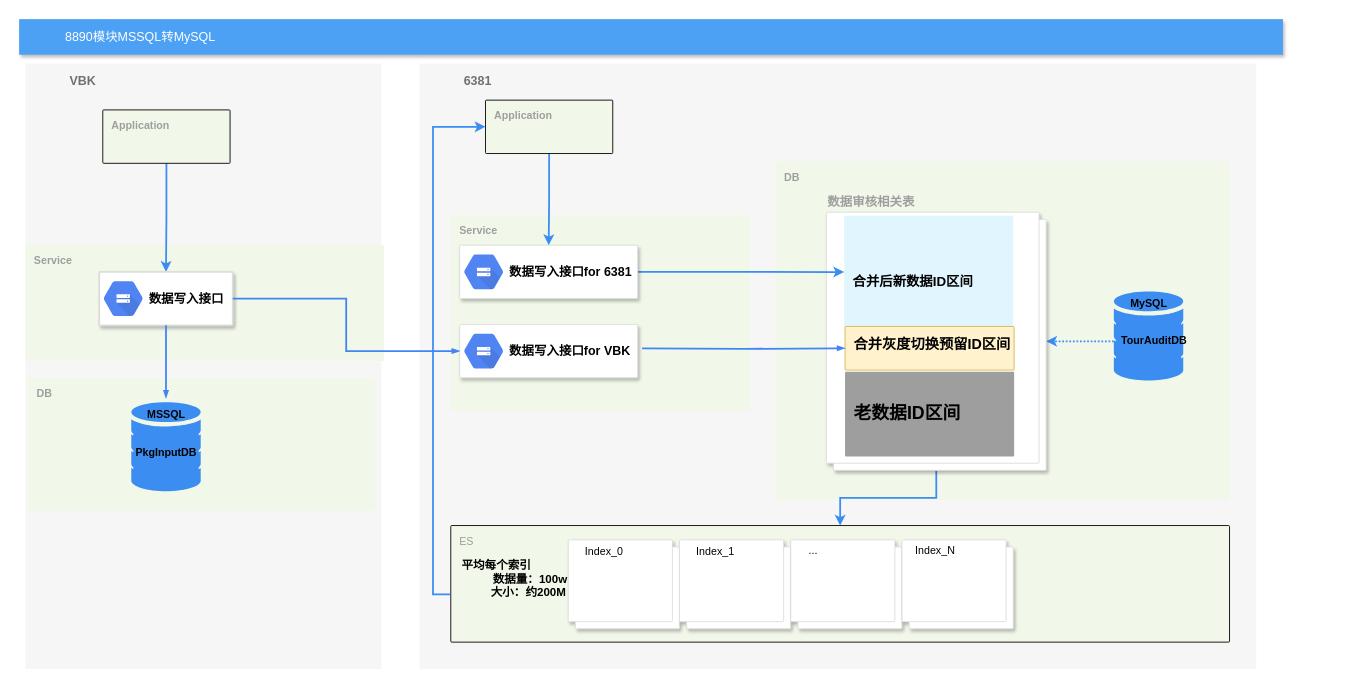
The draw.io diagram 8890转MySQL.drawio in DevinDong/AI, before the edit. Source tidied: cells renumbered, new cells numbered last; positions are measured from the earlier drawing's top-left corner, leaving out a move shared by most shapes. Both pictures are drawn from the tidied source at 89%, with x=0, y=0 at pixel (19, 19).
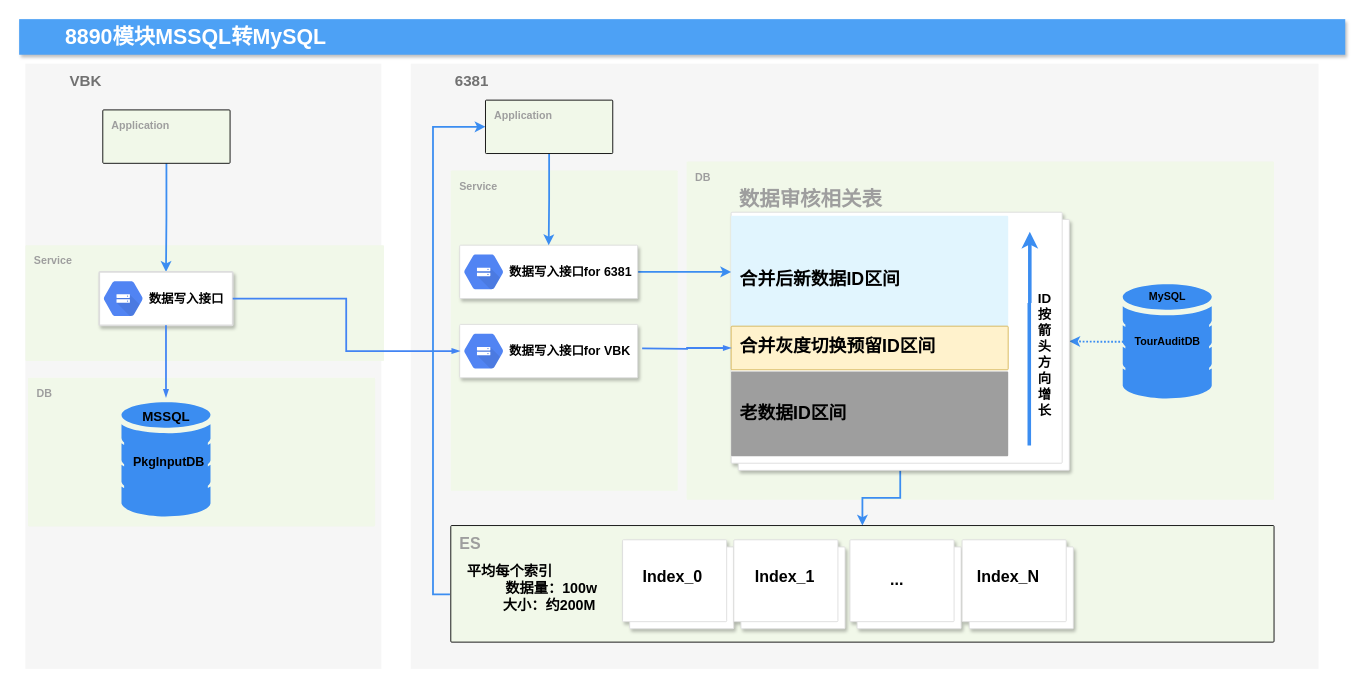
The same page after the edit.

Change to the diagram source:
```diff
@@
-    <mxCell id="2" value="&lt;b&gt;VBK&amp;nbsp;&lt;/b&gt;" style="fillColor=#F6F6F6;strokeColor=none;shadow=0;gradientColor=none;fontSize=14;align=left;spacing=10;fontColor=#717171;9E9E9E;verticalAlign=top;spacingTop=-4;fontStyle=0;spacingLeft=40;html=1;" parent="1" vertex="1">
+    <mxCell id="2" value="&lt;b&gt;&lt;font style=&quot;font-size: 17px&quot;&gt;VBK&amp;nbsp;&lt;/font&gt;&lt;/b&gt;" style="fillColor=#F6F6F6;strokeColor=none;shadow=0;gradientColor=none;fontSize=14;align=left;spacing=10;fontColor=#717171;9E9E9E;verticalAlign=top;spacingTop=-4;fontStyle=0;spacingLeft=40;html=1;" parent="1" vertex="1">
       <mxGeometry x="7" y="50" width="400" height="680" as="geometry" />
     </mxCell>
@@
     <mxCell id="4" value="&lt;b&gt;DB&lt;/b&gt;" style="rounded=1;absoluteArcSize=1;arcSize=2;html=1;strokeColor=none;gradientColor=none;shadow=0;dashed=0;fontSize=12;fontColor=#9E9E9E;align=left;verticalAlign=top;spacing=10;spacingTop=-4;fillColor=#F1F8E9;" parent="1" vertex="1">
-      <mxGeometry x="10" y="403" width="390" height="149" as="geometry" />
+      <mxGeometry x="10" y="403" width="390" height="167" as="geometry" />
     </mxCell>
-    <mxCell id="5" value="&lt;b&gt;6381&amp;nbsp;&lt;/b&gt;" style="fillColor=#F6F6F6;strokeColor=none;shadow=0;gradientColor=none;fontSize=14;align=left;spacing=10;fontColor=#717171;9E9E9E;verticalAlign=top;spacingTop=-4;fontStyle=0;spacingLeft=40;html=1;" parent="1" vertex="1">
-      <mxGeometry x="450" y="50" width="940" height="680" as="geometry" />
+    <mxCell id="5" value="&lt;b&gt;&lt;font style=&quot;font-size: 17px&quot;&gt;6381&amp;nbsp;&lt;/font&gt;&lt;/b&gt;" style="fillColor=#F6F6F6;strokeColor=none;shadow=0;gradientColor=none;fontSize=14;align=left;spacing=10;fontColor=#717171;9E9E9E;verticalAlign=top;spacingTop=-4;fontStyle=0;spacingLeft=40;html=1;" parent="1" vertex="1">
+      <mxGeometry x="440" y="50" width="1020" height="680" as="geometry" />
     </mxCell>
     <mxCell id="6" value="&lt;b&gt;Service&lt;/b&gt;" style="rounded=1;absoluteArcSize=1;arcSize=2;html=1;strokeColor=none;gradientColor=none;shadow=0;dashed=0;fontSize=12;fontColor=#9E9E9E;align=left;verticalAlign=top;spacing=10;spacingTop=-4;fillColor=#F1F8E9;" parent="1" vertex="1">
-      <mxGeometry x="485" y="220" width="336" height="220" as="geometry" />
+      <mxGeometry x="485" y="170" width="255" height="360" as="geometry" />
     </mxCell>
@@
     <mxCell id="9" value="&lt;b&gt;DB&lt;/b&gt;" style="rounded=1;absoluteArcSize=1;arcSize=2;html=1;strokeColor=none;gradientColor=none;shadow=0;dashed=0;fontSize=12;fontColor=#9E9E9E;align=left;verticalAlign=top;spacing=10;spacingTop=-4;fillColor=#F1F8E9;" parent="1" vertex="1">
-      <mxGeometry x="850" y="160" width="510" height="380" as="geometry" />
+      <mxGeometry x="750" y="160" width="660" height="380" as="geometry" />
     </mxCell>
-    <mxCell id="10" value="8890模块MSSQL转MySQL" style="fillColor=#4DA1F5;strokeColor=none;shadow=1;gradientColor=none;fontSize=14;align=left;spacingLeft=50;fontColor=#ffffff;html=1;" parent="1" vertex="1">
-      <mxGeometry width="1420" height="40" as="geometry" />
+    <mxCell id="10" value="&lt;b&gt;&lt;font style=&quot;font-size: 24px&quot;&gt;8890模块MSSQL转MySQL&lt;/font&gt;&lt;/b&gt;" style="fillColor=#4DA1F5;strokeColor=none;shadow=1;gradientColor=none;fontSize=14;align=left;spacingLeft=50;fontColor=#ffffff;html=1;" parent="1" vertex="1">
+      <mxGeometry width="1490" height="40" as="geometry" />
     </mxCell>
@@
-    <mxCell id="16" value="&lt;b&gt;MSSQL&lt;/b&gt;" style="html=1;strokeColor=none;shadow=0;align=center;verticalAlign=top;fillColor=#3B8DF1;shape=mxgraph.gcp2.database_2;" parent="1" vertex="1">
-      <mxGeometry x="126" y="430.5" width="78" height="100" as="geometry" />
+    <mxCell id="16" value="&lt;b&gt;&lt;font style=&quot;font-size: 15px&quot;&gt;MSSQL&lt;/font&gt;&lt;/b&gt;" style="html=1;strokeColor=none;shadow=0;align=center;verticalAlign=top;fillColor=#3B8DF1;shape=mxgraph.gcp2.database_2;" parent="1" vertex="1">
+      <mxGeometry x="115" y="430.5" width="100" height="128.2" as="geometry" />
     </mxCell>
-    <mxCell id="17" value="&lt;b&gt;PkgInputDB&lt;/b&gt;" style="text;html=1;align=center;verticalAlign=middle;fillColor=none;strokeColor=none;rounded=0;" parent="1" vertex="1">
-      <mxGeometry x="124.5" y="476.5" width="80" height="20" as="geometry" />
+    <mxCell id="17" value="&lt;b&gt;&lt;font style=&quot;font-size: 14px&quot;&gt;PkgInputDB&lt;/font&gt;&lt;/b&gt;" style="text;html=1;align=center;verticalAlign=middle;fillColor=none;strokeColor=none;rounded=0;" parent="1" vertex="1">
+      <mxGeometry x="118" y="487.5" width="100" height="20" as="geometry" />
     </mxCell>
     <mxCell id="18" value="&lt;b&gt;MySQL&lt;/b&gt;" style="html=1;strokeColor=none;shadow=0;align=center;verticalAlign=top;fillColor=#3B8DF1;shape=mxgraph.gcp2.database_2;" parent="1" vertex="1">
-      <mxGeometry x="1230" y="306" width="78" height="100" as="geometry" />
+      <mxGeometry x="1240" y="298" width="100" height="128.2" as="geometry" />
     </mxCell>
@@
     <mxCell id="20" value="&lt;b&gt;TourAuditDB&lt;/b&gt;" style="text;html=1;align=center;verticalAlign=middle;points=[];fillColor=none;strokeColor=none;rounded=0;" parent="1" vertex="1">
-      <mxGeometry x="1230" y="352" width="90" height="20" as="geometry" />
+      <mxGeometry x="1245" y="352.5" width="90" height="20" as="geometry" />
     </mxCell>
@@
-    <mxCell id="22" value="ES" style="points=[[0,0,0],[0.25,0,0],[0.5,0,0],[0.75,0,0],[1,0,0],[1,0.25,0],[1,0.5,0],[1,0.75,0],[1,1,0],[0.75,1,0],[0.5,1,0],[0.25,1,0],[0,1,0],[0,0.75,0],[0,0.5,0],[0,0.25,0]];rounded=1;absoluteArcSize=1;arcSize=2;html=1;strokeColor=#000000;gradientColor=none;shadow=0;dashed=0;fontSize=12;fontColor=#9E9E9E;align=left;verticalAlign=top;spacing=10;spacingTop=-4;fillColor=#F1F8E9;" parent="1" vertex="1">
-      <mxGeometry x="485" y="569" width="875" height="131" as="geometry" />
+    <mxCell id="22" value="&lt;b&gt;&lt;font style=&quot;font-size: 18px&quot;&gt;ES&lt;/font&gt;&lt;/b&gt;" style="points=[[0,0,0],[0.25,0,0],[0.5,0,0],[0.75,0,0],[1,0,0],[1,0.25,0],[1,0.5,0],[1,0.75,0],[1,1,0],[0.75,1,0],[0.5,1,0],[0.25,1,0],[0,1,0],[0,0.75,0],[0,0.5,0],[0,0.25,0]];rounded=1;absoluteArcSize=1;arcSize=2;html=1;strokeColor=#000000;gradientColor=none;shadow=0;dashed=0;fontSize=12;fontColor=#9E9E9E;align=left;verticalAlign=top;spacing=10;spacingTop=-4;fillColor=#F1F8E9;" parent="1" vertex="1">
+      <mxGeometry x="485" y="569" width="925" height="131" as="geometry" />
     </mxCell>
-    <mxCell id="23" style="shape=mxgraph.gcp2.doubleRect;strokeColor=#dddddd;fillColor=#ffffff;shadow=1;strokeWidth=1;" parent="1" vertex="1">
-      <mxGeometry x="907" y="217" width="247" height="290" as="geometry" />
+    <mxCell id="23" style="shape=mxgraph.gcp2.doubleRect;strokeColor=#dddddd;fillColor=#ffffff;shadow=1;strokeWidth=1;fontSize=10;" parent="1" vertex="1">
+      <mxGeometry x="800" y="217" width="380" height="290" as="geometry" />
     </mxCell>
-    <mxCell id="24" value="&lt;b style=&quot;font-size: 15px&quot;&gt;&lt;br&gt;&lt;br&gt;&lt;br&gt;合并后新数据ID区间&lt;/b&gt;" style="points=[[0,0,0],[0.25,0,0],[0.5,0,0],[0.75,0,0],[1,0,0],[1,0.25,0],[1,0.5,0],[1,0.75,0],[1,1,0],[0.75,1,0],[0.5,1,0],[0.25,1,0],[0,1,0],[0,0.75,0],[0,0.5,0],[0,0.25,0]];rounded=1;absoluteArcSize=1;arcSize=2;html=1;strokeColor=none;gradientColor=none;shadow=0;dashed=0;fontSize=12;fontColor=#000000;align=left;verticalAlign=top;spacing=10;spacingTop=-4;fillColor=#E1F5FE;" parent="23" vertex="1">
-      <mxGeometry x="20" y="4" width="190" height="126.4" as="geometry" />
+    <mxCell id="24" value="&lt;b style=&quot;font-size: 20px&quot;&gt;&lt;br&gt;&lt;br&gt;合并后新数据ID区间&lt;/b&gt;" style="points=[[0,0,0],[0.25,0,0],[0.5,0,0],[0.75,0,0],[1,0,0],[1,0.25,0],[1,0.5,0],[1,0.75,0],[1,1,0],[0.75,1,0],[0.5,1,0],[0.25,1,0],[0,1,0],[0,0.75,0],[0,0.5,0],[0,0.25,0]];rounded=1;absoluteArcSize=1;arcSize=2;html=1;strokeColor=none;gradientColor=none;shadow=0;dashed=0;fontSize=12;fontColor=#000000;align=left;verticalAlign=top;spacing=10;spacingTop=-4;fillColor=#E1F5FE;" parent="23" vertex="1">
+      <mxGeometry y="4" width="311.3" height="126" as="geometry" />
     </mxCell>
-    <mxCell id="25" value="&lt;font color=&quot;#000000&quot; style=&quot;font-size: 16px&quot;&gt;&lt;b&gt;合并灰度切换预留ID区间&lt;/b&gt;&lt;/font&gt;" style="points=[[0,0,0],[0.25,0,0],[0.5,0,0],[0.75,0,0],[1,0,0],[1,0.25,0],[1,0.5,0],[1,0.75,0],[1,1,0],[0.75,1,0],[0.5,1,0],[0.25,1,0],[0,1,0],[0,0.75,0],[0,0.5,0],[0,0.25,0]];rounded=1;absoluteArcSize=1;arcSize=2;html=1;strokeColor=#d6b656;shadow=0;dashed=0;fontSize=12;align=left;verticalAlign=top;spacing=10;spacingTop=-4;fillColor=#fff2cc;" parent="23" vertex="1">
-      <mxGeometry x="21" y="128.3" width="190" height="49" as="geometry" />
+    <mxCell id="25" value="&lt;font color=&quot;#000000&quot; size=&quot;1&quot;&gt;&lt;b style=&quot;font-size: 20px&quot;&gt;合并灰度切换预留ID区间&lt;/b&gt;&lt;/font&gt;" style="points=[[0,0,0],[0.25,0,0],[0.5,0,0],[0.75,0,0],[1,0,0],[1,0.25,0],[1,0.5,0],[1,0.75,0],[1,1,0],[0.75,1,0],[0.5,1,0],[0.25,1,0],[0,1,0],[0,0.75,0],[0,0.5,0],[0,0.25,0]];rounded=1;absoluteArcSize=1;arcSize=2;html=1;strokeColor=#d6b656;shadow=0;dashed=0;fontSize=12;align=left;verticalAlign=top;spacing=10;spacingTop=-4;fillColor=#fff2cc;" parent="23" vertex="1">
+      <mxGeometry y="128" width="311.3" height="49" as="geometry" />
     </mxCell>
     <mxCell id="26" value="&lt;font color=&quot;#000000&quot; style=&quot;font-size: 20px&quot;&gt;&lt;b&gt;&lt;br&gt;老数据ID区间&lt;/b&gt;&lt;/font&gt;" style="rounded=1;absoluteArcSize=1;arcSize=2;html=1;strokeColor=none;gradientColor=none;shadow=0;dashed=0;fontSize=12;fontColor=#9E9E9E;align=left;verticalAlign=top;spacing=10;spacingTop=-4;fillColor=#9E9E9E;" parent="23" vertex="1">
-      <mxGeometry x="21" y="179.3" width="190" height="95" as="geometry" />
+      <mxGeometry y="179" width="311.3" height="95" as="geometry" />
     </mxCell>
+    <mxCell id="48" style="edgeStyle=orthogonalEdgeStyle;rounded=0;orthogonalLoop=1;jettySize=auto;html=1;strokeWidth=4;fontSize=13;strokeColor=#3B8DF1;" parent="23" edge="1">
+      <mxGeometry relative="1" as="geometry">
+        <mxPoint x="335.6" y="102" as="sourcePoint" />
+        <mxPoint x="335.6" y="22" as="targetPoint" />
+      </mxGeometry>
+    </mxCell>
+    <mxCell id="49" style="line;strokeWidth=4;direction=south;html=1;perimeter=backbonePerimeter;fontSize=12;strokeColor=#3B8DF1;" parent="23" vertex="1">
+      <mxGeometry x="330" y="102" width="10" height="160" as="geometry" />
+    </mxCell>
+    <mxCell id="50" value="&lt;b&gt;&lt;span style=&quot;font-size: 15px&quot;&gt;ID&lt;br&gt;按&lt;br&gt;箭&lt;br&gt;头&lt;br&gt;方&lt;br&gt;向&lt;br&gt;&lt;/span&gt;&lt;font style=&quot;font-size: 15px&quot;&gt;增&lt;br&gt;长&lt;/font&gt;&lt;/b&gt;&lt;br&gt;" style="text;html=1;align=center;verticalAlign=middle;fillColor=none;strokeColor=none;rounded=0;fontSize=10;" parent="23" vertex="1">
+      <mxGeometry x="337" y="104" width="30" height="110" as="geometry" />
+    </mxCell>
@@
     <mxCell id="38" style="shape=mxgraph.gcp2.doubleRect;strokeColor=#dddddd;fillColor=#ffffff;shadow=1;strokeWidth=1;" parent="1" vertex="1">
-      <mxGeometry x="617" y="585" width="125" height="100" as="geometry" />
+      <mxGeometry x="678" y="585" width="125" height="100" as="geometry" />
     </mxCell>
-    <mxCell id="39" value="Index_0" style="text;html=1;align=center;verticalAlign=middle;fillColor=none;strokeColor=none;rounded=0;" parent="38" vertex="1">
-      <mxGeometry x="9.8" y="3.5" width="60" height="20" as="geometry" />
+    <mxCell id="39" value="&lt;font style=&quot;font-size: 18px&quot;&gt;&lt;b&gt;Index_0&lt;/b&gt;&lt;/font&gt;" style="text;html=1;align=center;verticalAlign=middle;fillColor=none;strokeColor=none;rounded=0;" parent="38" vertex="1">
+      <mxGeometry x="15.8" y="32" width="80" height="20" as="geometry" />
     </mxCell>
-    <mxCell id="40" value="数据审核相关表" style="text;html=1;align=center;verticalAlign=middle;fillColor=none;strokeColor=none;rounded=0;fontStyle=1;fontSize=14;fontColor=#9E9E9E;" parent="1" vertex="1">
-      <mxGeometry x="907" y="195.9" width="100" height="20" as="geometry" />
+    <mxCell id="40" value="&lt;font style=&quot;font-size: 23px&quot;&gt;数据审核相关表&lt;/font&gt;" style="text;html=1;align=center;verticalAlign=middle;fillColor=none;strokeColor=none;rounded=0;fontStyle=1;fontSize=14;fontColor=#9E9E9E;" parent="1" vertex="1">
+      <mxGeometry x="799" y="186.9" width="180" height="30" as="geometry" />
     </mxCell>
     <mxCell id="41" style="shape=mxgraph.gcp2.doubleRect;strokeColor=#dddddd;fillColor=#ffffff;shadow=1;strokeWidth=1;" parent="1" vertex="1">
-      <mxGeometry x="742" y="585" width="125" height="100" as="geometry" />
+      <mxGeometry x="803" y="585" width="125" height="100" as="geometry" />
     </mxCell>
-    <mxCell id="42" value="Index_1" style="text;html=1;align=center;verticalAlign=middle;fillColor=none;strokeColor=none;rounded=0;" parent="41" vertex="1">
-      <mxGeometry x="9.8" y="3.5" width="60" height="20" as="geometry" />
+    <mxCell id="42" value="&lt;font style=&quot;font-size: 18px&quot;&gt;&lt;b&gt;Index_1&lt;/b&gt;&lt;/font&gt;" style="text;html=1;align=center;verticalAlign=middle;fillColor=none;strokeColor=none;rounded=0;" parent="41" vertex="1">
+      <mxGeometry x="16.8" y="32" width="80" height="20" as="geometry" />
     </mxCell>
     <mxCell id="43" style="shape=mxgraph.gcp2.doubleRect;strokeColor=#dddddd;fillColor=#ffffff;shadow=1;strokeWidth=1;" parent="1" vertex="1">
-      <mxGeometry x="867" y="585" width="125" height="100" as="geometry" />
+      <mxGeometry x="933.5" y="585" width="125" height="100" as="geometry" />
     </mxCell>
-    <mxCell id="44" value="...&lt;br&gt;&lt;br&gt;" style="text;html=1;align=center;verticalAlign=middle;fillColor=none;strokeColor=none;rounded=0;" parent="43" vertex="1">
-      <mxGeometry x="9.8" y="3.5" width="30" height="30" as="geometry" />
+    <mxCell id="44" value="&lt;font style=&quot;font-size: 18px&quot;&gt;&lt;b&gt;...&lt;br&gt;&lt;/b&gt;&lt;/font&gt;&lt;br&gt;" style="text;html=1;align=center;verticalAlign=middle;fillColor=none;strokeColor=none;rounded=0;" parent="43" vertex="1">
+      <mxGeometry x="37.8" y="32" width="30" height="40" as="geometry" />
     </mxCell>
     <mxCell id="45" style="shape=mxgraph.gcp2.doubleRect;strokeColor=#dddddd;fillColor=#ffffff;shadow=1;strokeWidth=1;" parent="1" vertex="1">
-      <mxGeometry x="992" y="585" width="125" height="100" as="geometry" />
+      <mxGeometry x="1059.5" y="585" width="125" height="100" as="geometry" />
     </mxCell>
-    <mxCell id="46" value="Index_N&lt;br&gt;" style="text;html=1;align=center;verticalAlign=middle;fillColor=none;strokeColor=none;rounded=0;" parent="45" vertex="1">
-      <mxGeometry x="6.6" y="2" width="60" height="20" as="geometry" />
+    <mxCell id="46" value="&lt;font style=&quot;font-size: 18px&quot;&gt;&lt;b&gt;Index_N&lt;/b&gt;&lt;/font&gt;&lt;br&gt;" style="text;html=1;align=center;verticalAlign=middle;fillColor=none;strokeColor=none;rounded=0;" parent="45" vertex="1">
+      <mxGeometry x="6.6" y="32" width="90" height="20" as="geometry" />
     </mxCell>
-    <mxCell id="47" value="&lt;b style=&quot;font-size: 13px&quot;&gt;平均每个索引&lt;br&gt;&amp;nbsp; &amp;nbsp; &amp;nbsp; &amp;nbsp; &amp;nbsp; &amp;nbsp; &amp;nbsp; &amp;nbsp; &amp;nbsp; &amp;nbsp; &amp;nbsp;数据量：100w&lt;br&gt;&amp;nbsp; &amp;nbsp; &amp;nbsp; &amp;nbsp; &amp;nbsp; &amp;nbsp; &amp;nbsp; &amp;nbsp; &amp;nbsp; &amp;nbsp; 大小：约200M&lt;/b&gt;" style="text;html=1;align=center;verticalAlign=middle;fillColor=none;strokeColor=none;rounded=0;fontSize=12;" parent="1" vertex="1">
-      <mxGeometry x="446" y="603.5" width="180" height="50" as="geometry" />
+    <mxCell id="47" value="&lt;b style=&quot;font-size: 16px&quot;&gt;平均每个索引&lt;br&gt;&amp;nbsp; &amp;nbsp; &amp;nbsp; &amp;nbsp; &amp;nbsp; &amp;nbsp; &amp;nbsp; &amp;nbsp; &amp;nbsp; &amp;nbsp; &amp;nbsp;数据量：100w&lt;br&gt;&amp;nbsp; &amp;nbsp; &amp;nbsp; &amp;nbsp; &amp;nbsp; &amp;nbsp; &amp;nbsp; &amp;nbsp; &amp;nbsp; &amp;nbsp; 大小：约200M&lt;/b&gt;" style="text;html=1;align=center;verticalAlign=middle;fillColor=none;strokeColor=none;rounded=0;fontSize=12;" parent="1" vertex="1">
+      <mxGeometry x="446" y="613.5" width="210" height="50" as="geometry" />
     </mxCell>
```
